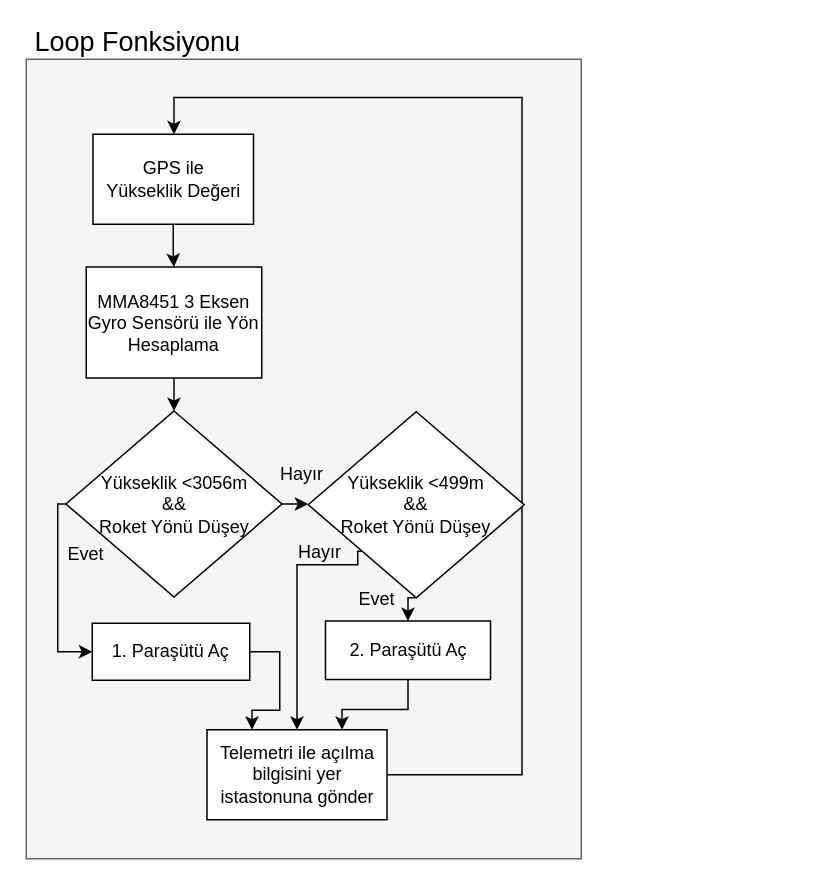
Earlier version of the draw.io diagram Yedek Kurtarma.drawio (yakupdurmus/HirkatRoketTakimi). Source tidied: cells renumbered, new cells numbered last; positions are measured from the earlier drawing's top-left corner, leaving out a move shared by most shapes. Both pictures are drawn from the tidied source at 150%, with x=0, y=0 at pixel (26, 27).
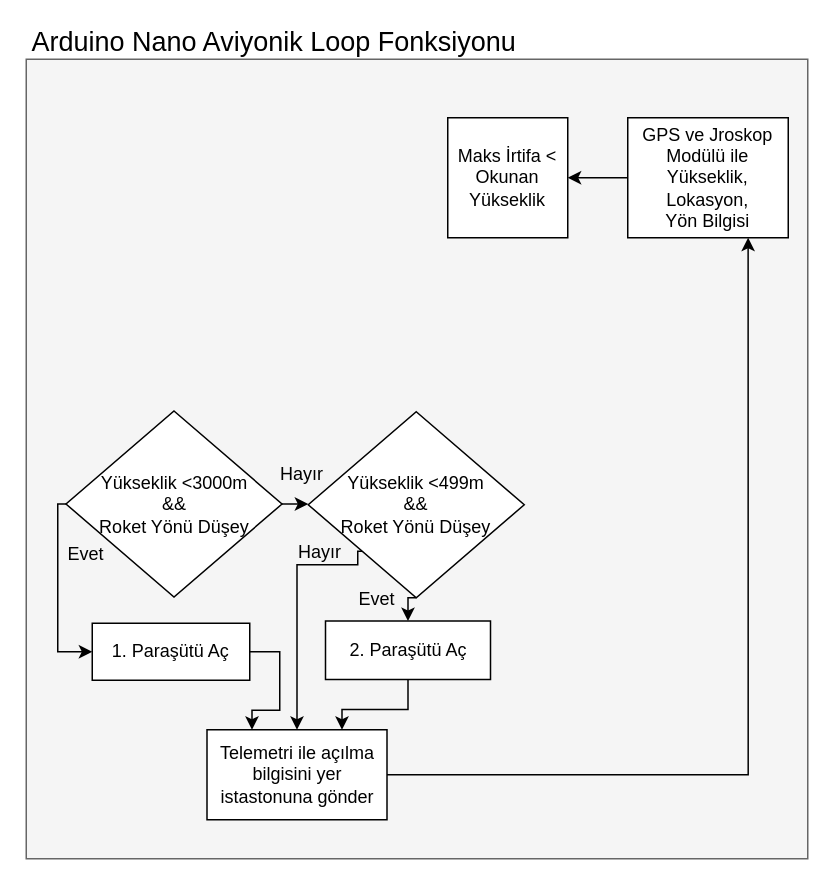
Above is the later version.

Unchanged cells that the change refers to:
```xml
<mxCell id="7" value="Telemetri ile açılma bilgisini yer istastonuna gönder" style="rounded=0;whiteSpace=wrap;html=1;" parent="1" vertex="1">
  <mxGeometry x="120.5" y="468" width="120" height="60" as="geometry" />
</mxCell>
```

What changed in the source:
```diff
@@
     <mxCell id="2" style="rounded=0;whiteSpace=wrap;html=1;fillColor=#f5f5f5;strokeColor=#666666;fontColor=#333333;" parent="1" vertex="1">
-      <mxGeometry y="21" width="370" height="533" as="geometry" />
+      <mxGeometry y="21" width="521" height="533" as="geometry" />
     </mxCell>
-    <mxCell id="3" value="&lt;font style=&quot;font-size: 18px&quot;&gt;Loop Fonksiyonu&lt;/font&gt;" style="text;html=1;strokeColor=none;fillColor=none;align=center;verticalAlign=middle;whiteSpace=wrap;rounded=0;" parent="1" vertex="1">
-      <mxGeometry x="2" width="145" height="20" as="geometry" />
+    <mxCell id="3" value="&lt;span style=&quot;font-size: 18px&quot;&gt;Arduino Nano Aviyonik Loop Fonksiyonu&lt;/span&gt;" style="text;html=1;strokeColor=none;fillColor=none;align=left;verticalAlign=middle;whiteSpace=wrap;rounded=0;" parent="1" vertex="1">
+      <mxGeometry x="2" width="339" height="20" as="geometry" />
     </mxCell>
-    <mxCell id="4" style="edgeStyle=orthogonalEdgeStyle;rounded=0;jettySize=auto;html=1;exitX=0.5;exitY=1;exitDx=0;exitDy=0;entryX=0.5;entryY=0;entryDx=0;entryDy=0;" parent="1" edge="1" source="5" target="12">
-      <mxGeometry relative="1" as="geometry" />
-    </mxCell>
-    <mxCell id="5" value="MMA8451 3 Eksen Gyro Sensörü ile Yön Hesaplama" style="rounded=0;whiteSpace=wrap;html=1;" parent="1" vertex="1">
-      <mxGeometry x="40" y="159.5" width="117" height="74" as="geometry" />
-    </mxCell>
-    <mxCell id="6" style="edgeStyle=orthogonalEdgeStyle;rounded=0;jettySize=auto;html=1;exitX=1;exitY=0.5;exitDx=0;exitDy=0;" parent="1" edge="1" source="7" target="9">
-      <mxGeometry relative="1" as="geometry">
-        <Array as="points">
-          <mxPoint x="330.5" y="498.5" />
-          <mxPoint x="330.5" y="46.5" />
-          <mxPoint x="98.5" y="46.5" />
-        </Array>
-      </mxGeometry>
+    <mxCell id="6" style="edgeStyle=orthogonalEdgeStyle;rounded=0;jettySize=auto;html=1;exitX=1;exitY=0.5;exitDx=0;exitDy=0;entryX=0.75;entryY=1;entryDx=0;entryDy=0;" parent="1" edge="1" source="7" target="9">
+      <mxGeometry relative="1" as="geometry" />
     </mxCell>
@@
-    <mxCell id="8" style="edgeStyle=orthogonalEdgeStyle;rounded=0;jettySize=auto;html=1;exitX=0.5;exitY=1;exitDx=0;exitDy=0;" parent="1" edge="1" source="9" target="5">
-      <mxGeometry relative="1" as="geometry" />
-    </mxCell>
+    <mxCell id="24" style="edgeStyle=orthogonalEdgeStyle;rounded=0;jettySize=auto;html=1;exitX=0;exitY=0.5;exitDx=0;exitDy=0;entryX=1;entryY=0.5;entryDx=0;entryDy=0;" parent="1" edge="1" source="9" target="25">
+      <mxGeometry relative="1" as="geometry" />
+    </mxCell>
-    <mxCell id="9" value="GPS ile&lt;br&gt;Yükseklik Değeri" style="rounded=0;whiteSpace=wrap;html=1;" parent="1" vertex="1">
-      <mxGeometry x="44.5" y="71" width="107" height="60" as="geometry" />
+    <mxCell id="9" value="GPS ve Jroskop Modülü ile Yükseklik, Lokasyon,&lt;br&gt;Yön Bilgisi" style="rounded=0;whiteSpace=wrap;html=1;" parent="1" vertex="1">
+      <mxGeometry x="401" y="60" width="107" height="80" as="geometry" />
     </mxCell>
@@
-    <mxCell id="12" value="Yükseklik &amp;lt;3056m&lt;br&gt;&amp;amp;&amp;amp;&lt;br&gt;Roket Yönü Düşey&lt;br&gt;" style="rhombus;whiteSpace=wrap;html=1;" parent="1" vertex="1">
+    <mxCell id="12" value="Yükseklik &amp;lt;3000m&lt;br&gt;&amp;amp;&amp;amp;&lt;br&gt;Roket Yönü Düşey" style="rhombus;whiteSpace=wrap;html=1;" parent="1" vertex="1">
       <mxGeometry x="26.5" y="255.5" width="144" height="124" as="geometry" />
     </mxCell>
@@
+    <mxCell id="25" value="Maks İrtifa &amp;lt; Okunan Yükseklik" style="whiteSpace=wrap;html=1;" parent="1" vertex="1">
+      <mxGeometry x="281" y="60" width="80" height="80" as="geometry" />
+    </mxCell>
```
